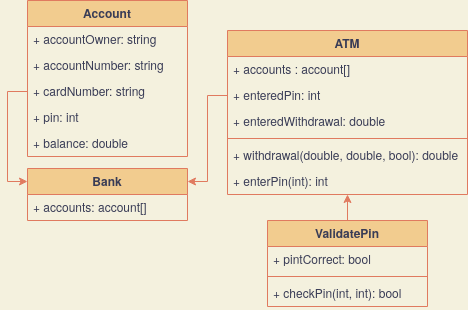
Above: assets/class-diagram.png in LinusTM/atm-unittesting (draw.io), before the change. Source tidied: cells renumbered, new cells last; positions are measured from the earlier drawing's top-left corner, leaving out a move shared by most shapes.
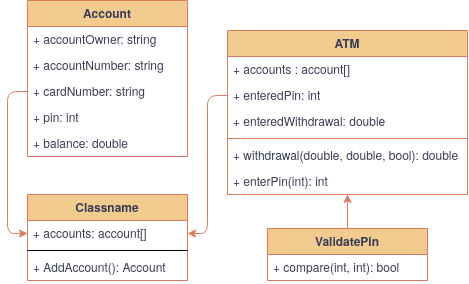
After the change.

The edit, as a diff of the source:
```diff
@@ -20,20 +20,14 @@
     <mxCell id="7" value="+ balance: double" style="text;strokeColor=none;fillColor=none;align=left;verticalAlign=top;spacingLeft=4;spacingRight=4;overflow=hidden;fontColor=#393C56;" parent="2" vertex="1">
       <mxGeometry y="130" width="160" height="26" as="geometry" />
     </mxCell>
-    <mxCell id="8" style="edgeStyle=orthogonalEdgeStyle;rounded=1;sketch=0;jettySize=auto;html=1;exitX=0.5;exitY=0;exitDx=0;exitDy=0;entryX=0.5;entryY=1;entryDx=0;entryDy=0;fontColor=#393C56;strokeColor=#E07A5F;fillColor=#F2CC8F;" parent="1" edge="1" source="9" target="13">
+    <mxCell id="8" style="edgeStyle=orthogonalEdgeStyle;rounded=1;sketch=0;jettySize=auto;html=1;exitX=0.5;exitY=0;exitDx=0;exitDy=0;entryX=0.5;entryY=1;entryDx=0;entryDy=0;fontColor=#393C56;strokeColor=#E07A5F;fillColor=#F2CC8F;labelBackgroundColor=#F4F1DE;" parent="1" edge="1" source="9" target="13">
       <mxGeometry relative="1" as="geometry" />
     </mxCell>
     <mxCell id="9" value="ValidatePin" style="swimlane;fontStyle=1;align=center;verticalAlign=top;horizontal=1;startSize=26;fillColor=#F2CC8F;strokeColor=#E07A5F;fontColor=#393C56;" parent="1" vertex="1">
-      <mxGeometry x="240" y="220" width="160" height="86" as="geometry" />
+      <mxGeometry x="240" y="228" width="160" height="52" as="geometry" />
     </mxCell>
-    <mxCell id="10" value="+ pintCorrect: bool" style="text;strokeColor=none;fillColor=none;align=left;verticalAlign=top;spacingLeft=4;spacingRight=4;overflow=hidden;fontColor=#393C56;" parent="9" vertex="1">
-      <mxGeometry y="26" width="160" height="26" as="geometry" />
-    </mxCell>
-    <mxCell id="11" style="line;strokeWidth=1;fillColor=none;align=left;verticalAlign=middle;spacingTop=-1;spacingLeft=3;spacingRight=3;labelPosition=right;labelBackgroundColor=#F4F1DE;strokeColor=#E07A5F;fontColor=#393C56;" parent="9" vertex="1">
-      <mxGeometry y="52" width="160" height="8" as="geometry" />
-    </mxCell>
-    <mxCell id="12" value="+ checkPin(int, int): bool" style="text;strokeColor=none;fillColor=none;align=left;verticalAlign=top;spacingLeft=4;spacingRight=4;overflow=hidden;fontColor=#393C56;" parent="9" vertex="1">
-      <mxGeometry y="60" width="160" height="26" as="geometry" />
+    <mxCell id="12" value="+ compare(int, int): bool" style="text;strokeColor=none;fillColor=none;align=left;verticalAlign=top;spacingLeft=4;spacingRight=4;overflow=hidden;fontColor=#393C56;" parent="9" vertex="1">
+      <mxGeometry y="26" width="160" height="26" as="geometry" />
     </mxCell>
     <mxCell id="13" value="ATM&#10;" style="swimlane;fontStyle=1;align=center;verticalAlign=top;horizontal=1;startSize=26;fillColor=#F2CC8F;strokeColor=#E07A5F;fontColor=#393C56;" parent="1" vertex="1">
       <mxGeometry x="200" y="30" width="240" height="164" as="geometry" />
@@ -56,17 +50,23 @@
     <mxCell id="19" value="+ enterPin(int): int" style="text;strokeColor=none;fillColor=none;align=left;verticalAlign=top;spacingLeft=4;spacingRight=4;overflow=hidden;fontColor=#393C56;" parent="13" vertex="1">
       <mxGeometry y="138" width="240" height="26" as="geometry" />
     </mxCell>
-    <mxCell id="20" value="Bank" style="swimlane;fontStyle=1;align=center;verticalAlign=top;horizontal=1;startSize=26;fillColor=#F2CC8F;strokeColor=#E07A5F;fontColor=#393C56;" parent="1" vertex="1">
-      <mxGeometry y="168" width="160" height="52" as="geometry" />
-    </mxCell>
+    <mxCell id="24" value="Classname" style="swimlane;fontStyle=1;align=center;verticalAlign=top;horizontal=1;startSize=26;rounded=0;sketch=0;fontColor=#393C56;strokeColor=#E07A5F;fillColor=#F2CC8F;" parent="1" vertex="1">
+      <mxGeometry y="194" width="160" height="86" as="geometry" />
+    </mxCell>
-    <mxCell id="21" value="+ accounts: account[]" style="text;strokeColor=none;fillColor=none;align=left;verticalAlign=top;spacingLeft=4;spacingRight=4;overflow=hidden;points=[[0,0.5],[1,0.5]];portConstraint=eastwest;fontColor=#393C56;" parent="20" vertex="1">
+    <mxCell id="21" value="+ accounts: account[]" style="text;strokeColor=none;fillColor=none;align=left;verticalAlign=top;spacingLeft=4;spacingRight=4;overflow=hidden;points=[[0,0.5],[1,0.5]];portConstraint=eastwest;fontColor=#393C56;" parent="24" vertex="1">
       <mxGeometry y="26" width="160" height="26" as="geometry" />
     </mxCell>
-    <mxCell id="22" style="edgeStyle=orthogonalEdgeStyle;rounded=0;sketch=0;jettySize=auto;html=1;exitX=0;exitY=0.5;exitDx=0;exitDy=0;entryX=1;entryY=0.25;entryDx=0;entryDy=0;fontColor=#393C56;strokeColor=#E07A5F;fillColor=#F2CC8F;" parent="1" edge="1" source="15" target="20">
-      <mxGeometry relative="1" as="geometry" />
-    </mxCell>
-    <mxCell id="23" style="edgeStyle=orthogonalEdgeStyle;rounded=0;sketch=0;jettySize=auto;html=1;exitX=0;exitY=0.5;exitDx=0;exitDy=0;entryX=0;entryY=0.25;entryDx=0;entryDy=0;fontColor=#393C56;strokeColor=#E07A5F;fillColor=#F2CC8F;" parent="1" edge="1" source="5" target="20">
-      <mxGeometry relative="1" as="geometry" />
-    </mxCell>
+    <mxCell id="25" style="line;strokeWidth=1;fillColor=none;align=left;verticalAlign=middle;spacingTop=-1;spacingLeft=3;spacingRight=3;labelPosition=right;rounded=0;sketch=0;fontColor=#393C56;" parent="24" vertex="1">
+      <mxGeometry y="52" width="160" height="8" as="geometry" />
+    </mxCell>
+    <mxCell id="26" value="+ AddAccount(): Account" style="text;strokeColor=none;fillColor=none;align=left;verticalAlign=top;spacingLeft=4;spacingRight=4;overflow=hidden;rounded=0;sketch=0;fontColor=#393C56;" parent="24" vertex="1">
+      <mxGeometry y="60" width="160" height="26" as="geometry" />
+    </mxCell>
+    <mxCell id="27" style="edgeStyle=orthogonalEdgeStyle;curved=0;rounded=1;sketch=0;jettySize=auto;html=1;exitX=0;exitY=0.5;exitDx=0;exitDy=0;entryX=1;entryY=0.5;entryDx=0;entryDy=0;fontColor=#393C56;strokeColor=#E07A5F;fillColor=#F2CC8F;" parent="1" edge="1" source="15" target="21">
+      <mxGeometry relative="1" as="geometry" />
+    </mxCell>
+    <mxCell id="28" style="edgeStyle=orthogonalEdgeStyle;curved=0;rounded=1;sketch=0;jettySize=auto;html=1;exitX=0;exitY=0.5;exitDx=0;exitDy=0;entryX=0;entryY=0.5;entryDx=0;entryDy=0;fontColor=#393C56;strokeColor=#E07A5F;fillColor=#F2CC8F;" parent="1" edge="1" source="5" target="21">
+      <mxGeometry relative="1" as="geometry" />
+    </mxCell>
   </root>
 </mxGraphModel>
```
